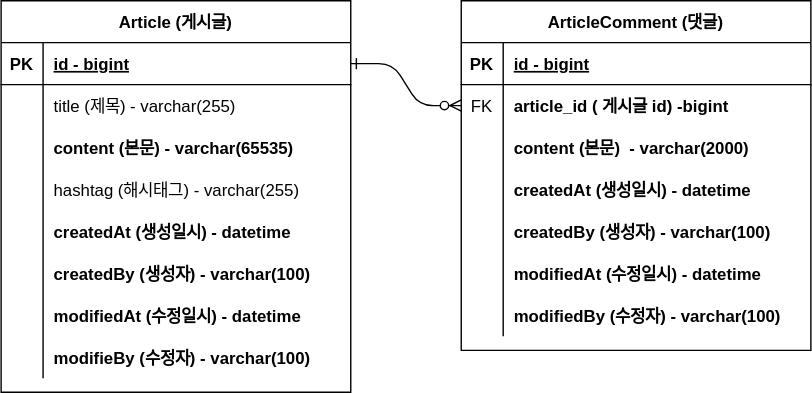
The draw.io diagram document/project-board-erd.svg in Seokwon5/fastcampus-project-board, before a commit. Source tidied: cells renumbered, new cells last; positions are measured from the earlier drawing's top-left corner, leaving out a move shared by most shapes.
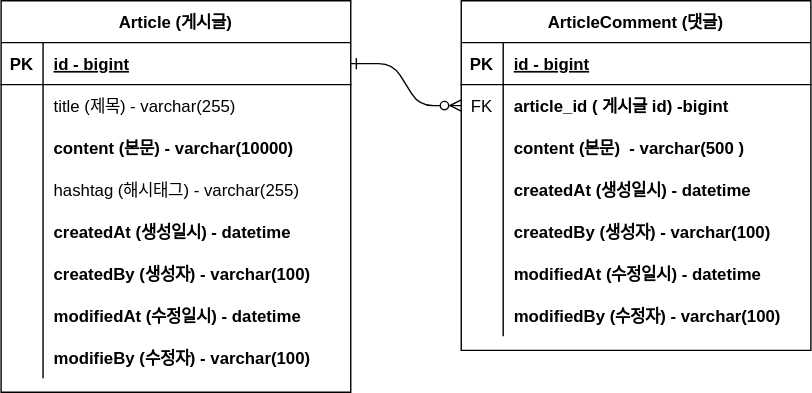
The same file after the commit.

Commit message:
#9 - ERD 업데이트 : content 사이즈 변경

Change to the diagram source:
```diff
@@ -32,7 +32,7 @@
     <mxCell id="11" style="shape=partialRectangle;overflow=hidden;fillColor=none;top=0;left=0;bottom=0;right=0;" parent="10" vertex="1">
       <mxGeometry width="30" height="30" as="geometry" />
     </mxCell>
-    <mxCell id="12" value="content (본문)  - varchar(2000)" style="shape=partialRectangle;overflow=hidden;fillColor=none;top=0;left=0;bottom=0;right=0;align=left;spacingLeft=6;fontStyle=1;" parent="10" vertex="1">
+    <mxCell id="12" value="content (본문)  - varchar(500 )" style="shape=partialRectangle;overflow=hidden;fillColor=none;top=0;left=0;bottom=0;right=0;align=left;spacingLeft=6;fontStyle=1;" parent="10" vertex="1">
       <mxGeometry x="30" width="220" height="30" as="geometry" />
     </mxCell>
     <mxCell id="13" style="shape=partialRectangle;fillColor=none;top=0;left=0;right=0;bottom=0;" parent="3" vertex="1">
@@ -98,7 +98,7 @@
     <mxCell id="33" style="shape=partialRectangle;overflow=hidden;fillColor=none;top=0;left=0;bottom=0;right=0;" parent="32" vertex="1">
       <mxGeometry width="30" height="30" as="geometry" />
     </mxCell>
-    <mxCell id="34" value="content (본문) - varchar(65535)" style="shape=partialRectangle;overflow=hidden;fillColor=none;top=0;left=0;bottom=0;right=0;align=left;spacingLeft=6;fontStyle=1;" parent="32" vertex="1">
+    <mxCell id="34" value="content (본문) - varchar(10000)" style="shape=partialRectangle;overflow=hidden;fillColor=none;top=0;left=0;bottom=0;right=0;align=left;spacingLeft=6;fontStyle=1;" parent="32" vertex="1">
       <mxGeometry x="30" width="220" height="30" as="geometry" />
     </mxCell>
     <mxCell id="35" style="shape=partialRectangle;fillColor=none;top=0;left=0;right=0;bottom=0;" parent="25" vertex="1">
```
